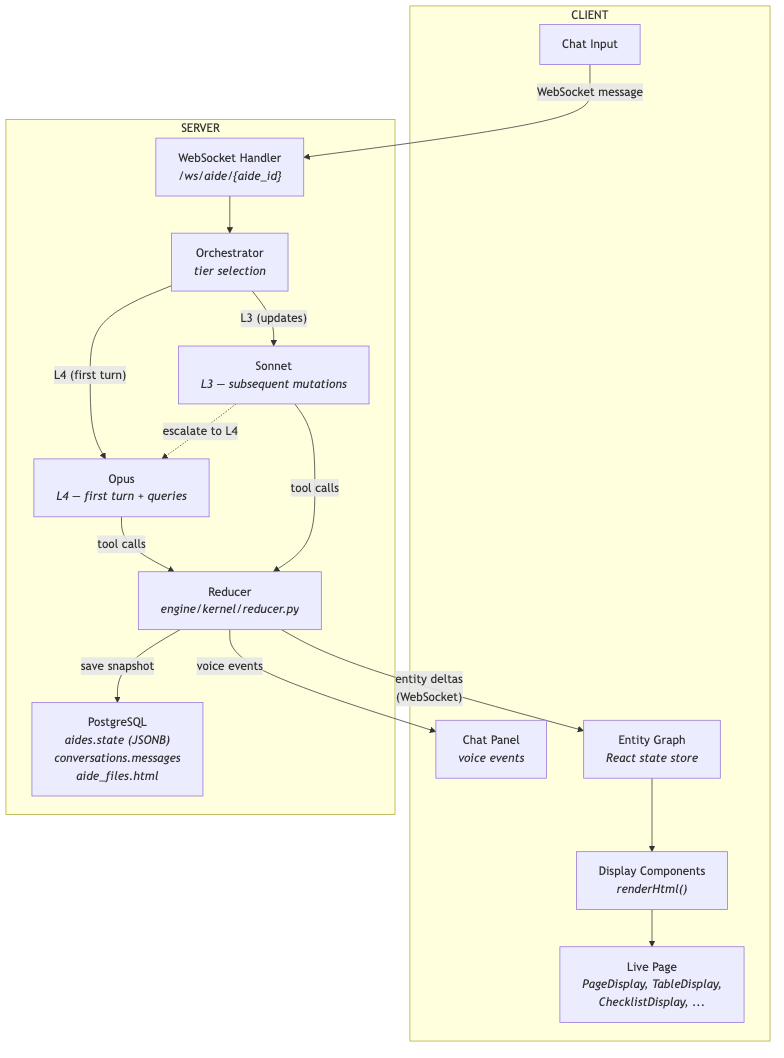
Before: docs/eng_design/aide_architecture.png, a diagram exported from Mermaid (zcancio/aide). Its source is kept beside it as docs/eng_design/aide_architecture.mmd.
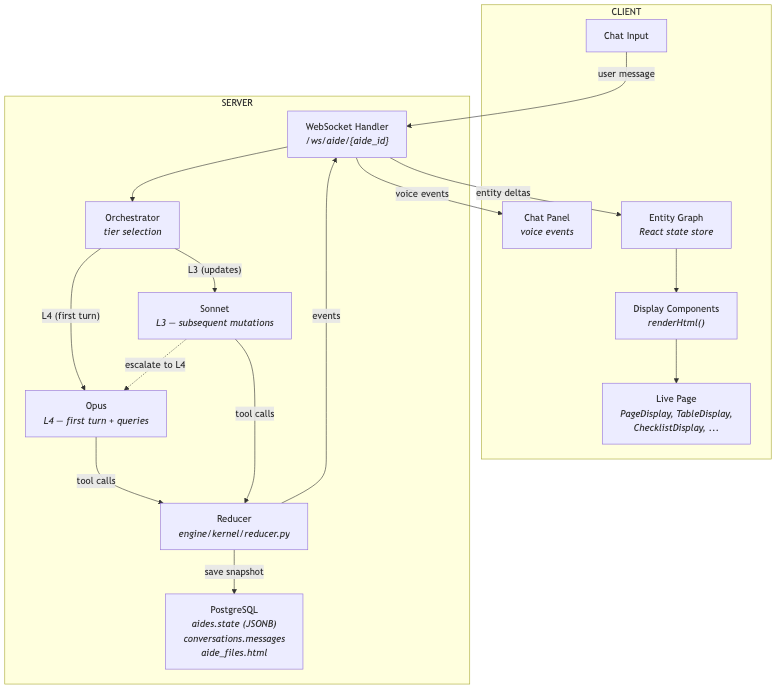
Later version of the same file.

Commit message:
docs: reducer sends events to WS, WS distributes to client

The edit, as a diff of the source:
```diff
@@ -31,8 +31,9 @@
         SONNET -.->|"escalate to L4"| OPUS
 
         REDUCER -->|"save snapshot"| DB
+        REDUCER -->|"events"| WS
     end
 
-    INPUT -->|"WebSocket message"| WS
-    REDUCER -->|"entity deltas<br/>(WebSocket)"| GRAPH
-    REDUCER -->|"voice events"| CHAT
+    INPUT -->|"user message"| WS
+    WS -->|"entity deltas"| GRAPH
+    WS -->|"voice events"| CHAT
```
